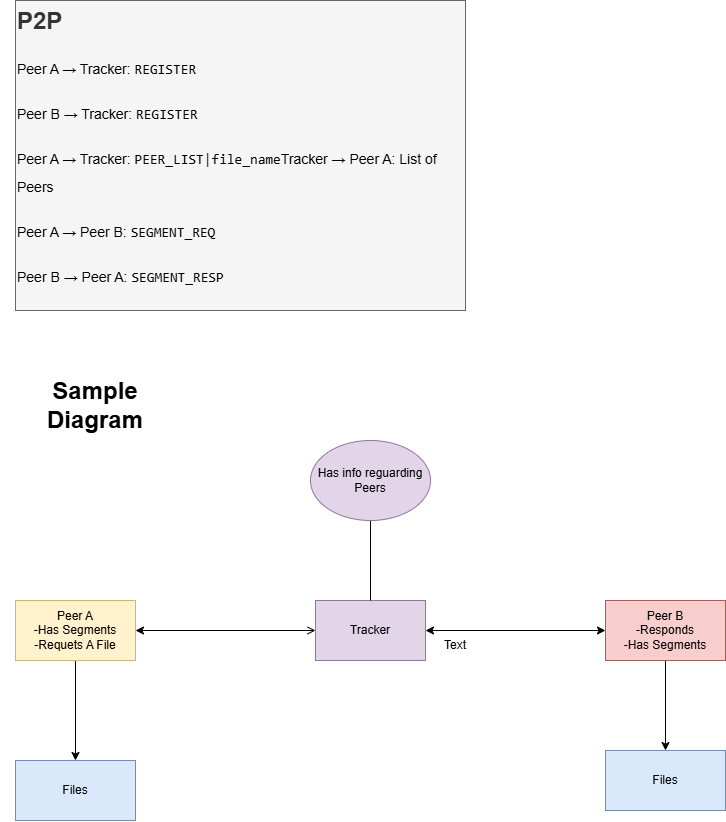
Before: Completed Working.png, a diagram exported from draw.io (HammadHafeez186/p2pNetwork). Source tidied: cells renumbered, new cells last; positions are measured from the earlier drawing's top-left corner, leaving out a move shared by most shapes.
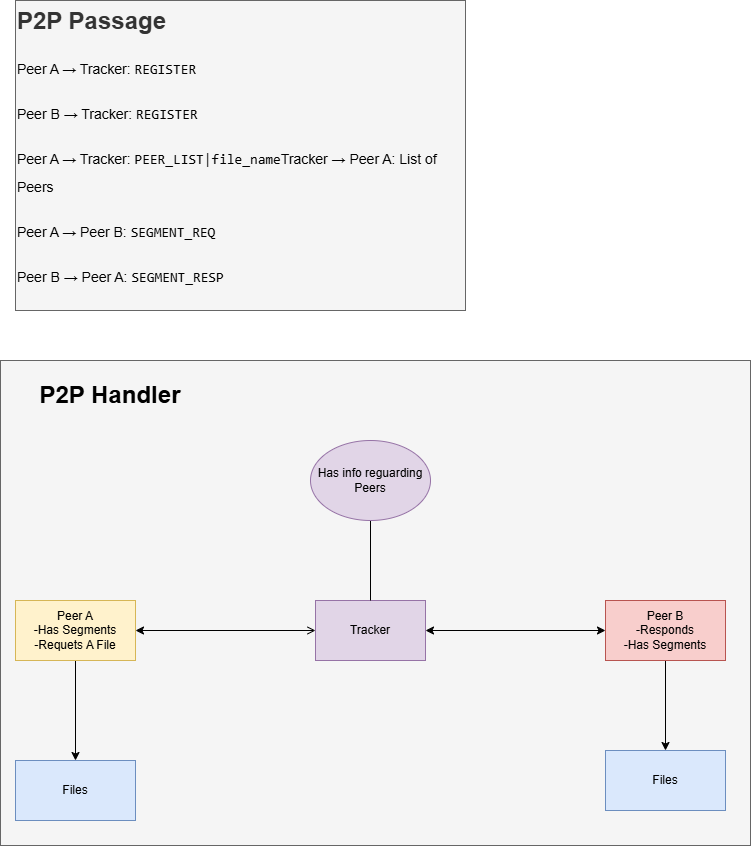
The same diagram one commit later.

Commit message:
Completed Working updated for better readability

Change to the diagram source:
```diff
@@ -2,6 +2,9 @@
   <root>
     <mxCell id="0" />
     <mxCell id="1" parent="0" />
+    <mxCell id="16" style="rounded=0;whiteSpace=wrap;html=1;fillColor=#f5f5f5;fontColor=#333333;strokeColor=#666666;" parent="1" vertex="1">
+      <mxGeometry y="360" width="750" height="485" as="geometry" />
+    </mxCell>
     <mxCell id="2" style="edgeStyle=orthogonalEdgeStyle;rounded=0;jettySize=auto;html=1;exitX=0;exitY=0.5;exitDx=0;exitDy=0;startArrow=open;startFill=0;" parent="1" edge="1" source="3" target="5">
       <mxGeometry relative="1" as="geometry" />
     </mxCell>
@@ -35,14 +38,11 @@
     <mxCell id="12" value="Files" style="rounded=0;whiteSpace=wrap;html=1;fillColor=#dae8fc;strokeColor=#6c8ebf;" parent="1" vertex="1">
       <mxGeometry x="605" y="750" width="120" height="60" as="geometry" />
     </mxCell>
-    <mxCell id="13" value="&lt;h1 style=&quot;margin-top: 0px;&quot;&gt;&lt;font&gt;P2P&lt;/font&gt;&lt;/h1&gt;&lt;h1 style=&quot;margin-top: 0px;&quot;&gt;&lt;font style=&quot;font-size: 14px;&quot;&gt;&lt;span style=&quot;background-color: transparent; color: light-dark(rgb(0, 0, 0), rgb(255, 255, 255)); font-weight: normal;&quot;&gt;Peer A → Tracker: &lt;/span&gt;&lt;code style=&quot;background-color: transparent; color: light-dark(rgb(0, 0, 0), rgb(255, 255, 255)); font-weight: normal;&quot;&gt;REGISTER&lt;/code&gt;&lt;/font&gt;&lt;/h1&gt;&lt;h1 style=&quot;margin-top: 0px;&quot;&gt;&lt;font style=&quot;font-size: 14px;&quot;&gt;&lt;span style=&quot;background-color: transparent; color: light-dark(rgb(0, 0, 0), rgb(255, 255, 255)); font-weight: normal;&quot;&gt;Peer B → Tracker: &lt;/span&gt;&lt;code style=&quot;background-color: transparent; color: light-dark(rgb(0, 0, 0), rgb(255, 255, 255)); font-weight: normal;&quot;&gt;REGISTER&lt;/code&gt;&lt;/font&gt;&lt;/h1&gt;&lt;h1 style=&quot;margin-top: 0px;&quot;&gt;&lt;font style=&quot;font-size: 14px;&quot;&gt;&lt;span style=&quot;background-color: transparent; color: light-dark(rgb(0, 0, 0), rgb(255, 255, 255)); font-weight: normal;&quot;&gt;Peer A → Tracker: &lt;/span&gt;&lt;code style=&quot;background-color: transparent; color: light-dark(rgb(0, 0, 0), rgb(255, 255, 255)); font-weight: normal;&quot;&gt;PEER_LIST|file_name&lt;/code&gt;&lt;span style=&quot;background-color: transparent; color: light-dark(rgb(0, 0, 0), rgb(255, 255, 255)); font-weight: normal;&quot;&gt;Tracker →&lt;/span&gt;&lt;span style=&quot;background-color: transparent; color: light-dark(rgb(0, 0, 0), rgb(255, 255, 255)); font-weight: normal;&quot;&gt;&amp;nbsp;Peer A: List of Peers&lt;/span&gt;&lt;/font&gt;&lt;/h1&gt;&lt;h1 style=&quot;margin-top: 0px;&quot;&gt;&lt;font style=&quot;font-size: 14px;&quot;&gt;&lt;span style=&quot;background-color: transparent; color: light-dark(rgb(0, 0, 0), rgb(255, 255, 255)); font-weight: normal;&quot;&gt;Peer A → Peer B: &lt;/span&gt;&lt;code style=&quot;background-color: transparent; color: light-dark(rgb(0, 0, 0), rgb(255, 255, 255)); font-weight: normal;&quot;&gt;SEGMENT_REQ&lt;/code&gt;&lt;/font&gt;&lt;/h1&gt;&lt;h1 style=&quot;margin-top: 0px;&quot;&gt;&lt;font style=&quot;font-size: 14px;&quot;&gt;&lt;span style=&quot;background-color: transparent; color: light-dark(rgb(0, 0, 0), rgb(255, 255, 255)); font-weight: normal;&quot;&gt;Peer B → Peer A: &lt;/span&gt;&lt;code style=&quot;background-color: transparent; color: light-dark(rgb(0, 0, 0), rgb(255, 255, 255)); font-weight: normal;&quot;&gt;SEGMENT_RESP&lt;/code&gt;&lt;/font&gt;&lt;/h1&gt;" style="text;html=1;whiteSpace=wrap;overflow=hidden;rounded=0;imageAspect=1;fillColor=#f5f5f5;strokeColor=#666666;fontColor=#333333;" parent="1" vertex="1">
+    <mxCell id="13" value="&lt;h1 style=&quot;margin-top: 0px;&quot;&gt;&lt;font&gt;P2P Passage&lt;/font&gt;&lt;/h1&gt;&lt;h1 style=&quot;margin-top: 0px;&quot;&gt;&lt;font style=&quot;font-size: 14px;&quot;&gt;&lt;span style=&quot;background-color: transparent; color: light-dark(rgb(0, 0, 0), rgb(255, 255, 255)); font-weight: normal;&quot;&gt;Peer A → Tracker: &lt;/span&gt;&lt;code style=&quot;background-color: transparent; color: light-dark(rgb(0, 0, 0), rgb(255, 255, 255)); font-weight: normal;&quot;&gt;REGISTER&lt;/code&gt;&lt;/font&gt;&lt;/h1&gt;&lt;h1 style=&quot;margin-top: 0px;&quot;&gt;&lt;font style=&quot;font-size: 14px;&quot;&gt;&lt;span style=&quot;background-color: transparent; color: light-dark(rgb(0, 0, 0), rgb(255, 255, 255)); font-weight: normal;&quot;&gt;Peer B → Tracker: &lt;/span&gt;&lt;code style=&quot;background-color: transparent; color: light-dark(rgb(0, 0, 0), rgb(255, 255, 255)); font-weight: normal;&quot;&gt;REGISTER&lt;/code&gt;&lt;/font&gt;&lt;/h1&gt;&lt;h1 style=&quot;margin-top: 0px;&quot;&gt;&lt;font style=&quot;font-size: 14px;&quot;&gt;&lt;span style=&quot;background-color: transparent; color: light-dark(rgb(0, 0, 0), rgb(255, 255, 255)); font-weight: normal;&quot;&gt;Peer A → Tracker: &lt;/span&gt;&lt;code style=&quot;background-color: transparent; color: light-dark(rgb(0, 0, 0), rgb(255, 255, 255)); font-weight: normal;&quot;&gt;PEER_LIST|file_name&lt;/code&gt;&lt;span style=&quot;background-color: transparent; color: light-dark(rgb(0, 0, 0), rgb(255, 255, 255)); font-weight: normal;&quot;&gt;Tracker →&lt;/span&gt;&lt;span style=&quot;background-color: transparent; color: light-dark(rgb(0, 0, 0), rgb(255, 255, 255)); font-weight: normal;&quot;&gt;&amp;nbsp;Peer A: List of Peers&lt;/span&gt;&lt;/font&gt;&lt;/h1&gt;&lt;h1 style=&quot;margin-top: 0px;&quot;&gt;&lt;font style=&quot;font-size: 14px;&quot;&gt;&lt;span style=&quot;background-color: transparent; color: light-dark(rgb(0, 0, 0), rgb(255, 255, 255)); font-weight: normal;&quot;&gt;Peer A → Peer B: &lt;/span&gt;&lt;code style=&quot;background-color: transparent; color: light-dark(rgb(0, 0, 0), rgb(255, 255, 255)); font-weight: normal;&quot;&gt;SEGMENT_REQ&lt;/code&gt;&lt;/font&gt;&lt;/h1&gt;&lt;h1 style=&quot;margin-top: 0px;&quot;&gt;&lt;font style=&quot;font-size: 14px;&quot;&gt;&lt;span style=&quot;background-color: transparent; color: light-dark(rgb(0, 0, 0), rgb(255, 255, 255)); font-weight: normal;&quot;&gt;Peer B → Peer A: &lt;/span&gt;&lt;code style=&quot;background-color: transparent; color: light-dark(rgb(0, 0, 0), rgb(255, 255, 255)); font-weight: normal;&quot;&gt;SEGMENT_RESP&lt;/code&gt;&lt;/font&gt;&lt;/h1&gt;" style="text;html=1;whiteSpace=wrap;overflow=hidden;rounded=0;imageAspect=1;fillColor=#f5f5f5;strokeColor=#666666;fontColor=#333333;" parent="1" vertex="1">
       <mxGeometry x="15" width="450" height="310" as="geometry" />
     </mxCell>
-    <mxCell id="14" value="Text" style="text;html=1;align=center;verticalAlign=middle;whiteSpace=wrap;rounded=0;" parent="1" vertex="1">
-      <mxGeometry x="425" y="630" width="60" height="30" as="geometry" />
-    </mxCell>
-    <mxCell id="15" value="&lt;span style=&quot;font-size: 24px;&quot;&gt;&lt;b&gt;Sample Diagram&lt;/b&gt;&lt;/span&gt;" style="text;html=1;align=center;verticalAlign=middle;whiteSpace=wrap;rounded=0;" parent="1" vertex="1">
-      <mxGeometry y="360" width="190" height="90" as="geometry" />
+    <mxCell id="15" value="&lt;span style=&quot;font-size: 24px;&quot;&gt;&lt;b&gt;P2P Handler&lt;/b&gt;&lt;/span&gt;" style="text;html=1;align=center;verticalAlign=middle;whiteSpace=wrap;rounded=0;" parent="1" vertex="1">
+      <mxGeometry x="15" y="350" width="190" height="90" as="geometry" />
     </mxCell>
   </root>
 </mxGraphModel>
```
